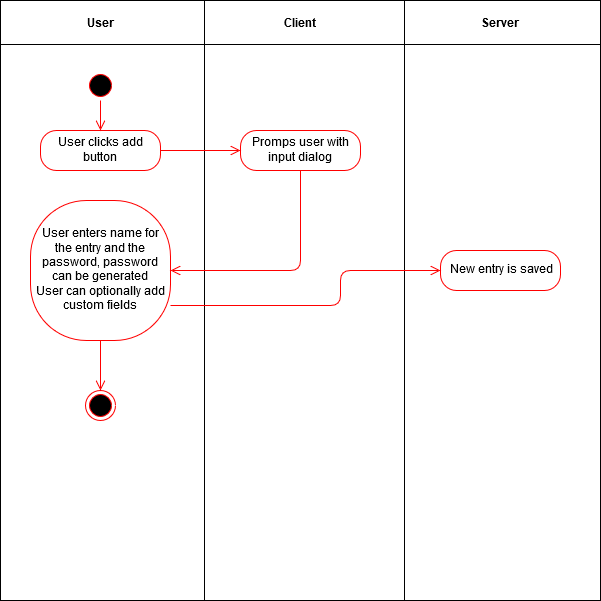
Before: doc/UC/images/UC/UC_AddPassword.png, a diagram exported from draw.io (keycloud/keycloud). Source tidied: cells renumbered, new cells last; positions are measured from the earlier drawing's top-left corner, leaving out a move shared by most shapes.
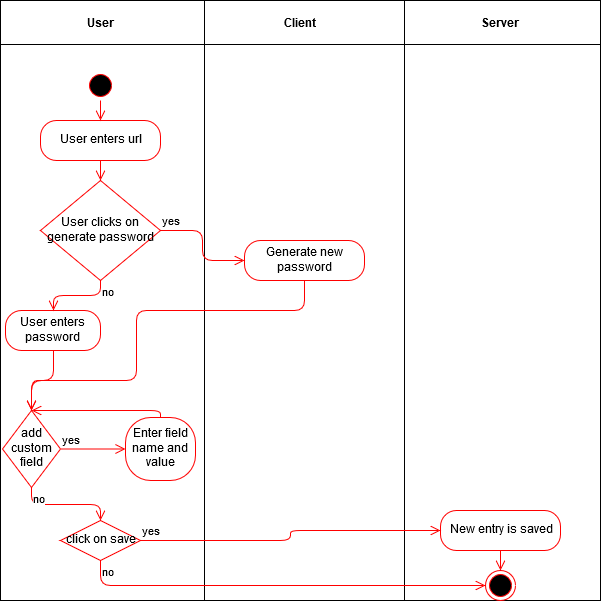
Later version of the same file.

The edit, as a diff of the source:
```diff
@@ -26,42 +26,83 @@
     <mxCell id="9" style="ellipse;html=1;shape=startState;fillColor=#000000;strokeColor=#ff0000;" parent="1" vertex="1">
       <mxGeometry x="85" y="70" width="30" height="30" as="geometry" />
     </mxCell>
-    <mxCell id="10" style="edgeStyle=orthogonalEdgeStyle;html=1;verticalAlign=bottom;endArrow=open;endSize=8;strokeColor=#ff0000;" parent="1" edge="1" source="9">
-      <mxGeometry relative="1" as="geometry">
-        <mxPoint x="100" y="130" as="targetPoint" />
-      </mxGeometry>
+    <mxCell id="10" style="edgeStyle=orthogonalEdgeStyle;html=1;verticalAlign=bottom;endArrow=open;endSize=8;strokeColor=#ff0000;" parent="1" edge="1" source="9" target="20">
+      <mxGeometry relative="1" as="geometry" />
     </mxCell>
-    <mxCell id="11" value="User clicks add button" style="rounded=1;whiteSpace=wrap;html=1;arcSize=40;fontColor=#000000;fillColor=none;strokeColor=#ff0000;" parent="1" vertex="1">
-      <mxGeometry x="40" y="130" width="120" height="40" as="geometry" />
-    </mxCell>
-    <mxCell id="12" style="edgeStyle=orthogonalEdgeStyle;html=1;verticalAlign=bottom;endArrow=open;endSize=8;strokeColor=#ff0000;entryX=0;entryY=0.5;entryDx=0;entryDy=0;" parent="1" edge="1" source="11" target="13">
-      <mxGeometry relative="1" as="geometry" />
-    </mxCell>
-    <mxCell id="13" value="Promps user with input dialog" style="rounded=1;whiteSpace=wrap;html=1;arcSize=40;fontColor=#000000;fillColor=none;strokeColor=#ff0000;" parent="1" vertex="1">
-      <mxGeometry x="240" y="130" width="120" height="40" as="geometry" />
-    </mxCell>
-    <mxCell id="14" style="edgeStyle=orthogonalEdgeStyle;html=1;verticalAlign=bottom;endArrow=open;endSize=8;strokeColor=#ff0000;entryX=1;entryY=0.5;entryDx=0;entryDy=0;exitX=0.5;exitY=1;exitDx=0;exitDy=0;" parent="1" edge="1" source="13" target="15">
-      <mxGeometry relative="1" as="geometry" />
-    </mxCell>
-    <mxCell id="15" value="&lt;div&gt;User enters name for the entry and the password, password can be generated&lt;br&gt;&lt;/div&gt;&lt;div&gt;User can optionally add custom fields&lt;br&gt;&lt;/div&gt;" style="rounded=1;whiteSpace=wrap;html=1;arcSize=40;fontColor=#000000;fillColor=none;strokeColor=#ff0000;" parent="1" vertex="1">
-      <mxGeometry x="30" y="200" width="140" height="140" as="geometry" />
-    </mxCell>
-    <mxCell id="16" style="edgeStyle=orthogonalEdgeStyle;html=1;verticalAlign=bottom;endArrow=open;endSize=8;strokeColor=#ff0000;" parent="1" edge="1" source="15" target="17">
-      <mxGeometry relative="1" as="geometry" />
-    </mxCell>
-    <mxCell id="17" style="ellipse;html=1;shape=endState;fillColor=#000000;strokeColor=#ff0000;" parent="1" vertex="1">
-      <mxGeometry x="85" y="390" width="30" height="30" as="geometry" />
-    </mxCell>
     <mxCell id="18" value="New entry is saved" style="rounded=1;whiteSpace=wrap;html=1;arcSize=40;fontColor=#000000;fillColor=none;strokeColor=#ff0000;" parent="1" vertex="1">
-      <mxGeometry x="440" y="250" width="120" height="40" as="geometry" />
+      <mxGeometry x="440" y="510" width="120" height="40" as="geometry" />
     </mxCell>
-    <mxCell id="19" style="edgeStyle=orthogonalEdgeStyle;html=1;verticalAlign=bottom;endArrow=open;endSize=8;strokeColor=#ff0000;exitX=1;exitY=0.75;exitDx=0;exitDy=0;entryX=0;entryY=0.5;entryDx=0;entryDy=0;" parent="1" edge="1" source="15" target="18">
-      <mxGeometry relative="1" as="geometry">
-        <Array as="points">
-          <mxPoint x="340" y="305" />
-          <mxPoint x="340" y="270" />
-        </Array>
-      </mxGeometry>
-    </mxCell>
+    <mxCell id="20" value="&lt;div&gt;User enters url&lt;/div&gt;" style="rounded=1;whiteSpace=wrap;html=1;arcSize=40;fontColor=#000000;fillColor=none;strokeColor=#ff0000;" parent="1" vertex="1">
+      <mxGeometry x="40" y="120" width="120" height="40" as="geometry" />
+    </mxCell>
+    <mxCell id="21" style="edgeStyle=orthogonalEdgeStyle;html=1;verticalAlign=bottom;endArrow=open;endSize=8;strokeColor=#ff0000;entryX=0.5;entryY=0;entryDx=0;entryDy=0;" parent="1" edge="1" source="20" target="36">
+      <mxGeometry relative="1" as="geometry" />
+    </mxCell>
+    <mxCell id="22" style="edgeStyle=orthogonalEdgeStyle;html=1;verticalAlign=bottom;endArrow=open;endSize=8;strokeColor=#ff0000;exitX=0.5;exitY=1;exitDx=0;exitDy=0;" parent="1" edge="1" source="23" target="26">
+      <mxGeometry relative="1" as="geometry" />
+    </mxCell>
+    <mxCell id="23" value="&lt;div&gt;User enters password&lt;/div&gt;" style="rounded=1;whiteSpace=wrap;html=1;arcSize=40;fontColor=#000000;fillColor=none;strokeColor=#ff0000;" parent="1" vertex="1">
+      <mxGeometry x="5" y="310" width="95" height="40" as="geometry" />
+    </mxCell>
+    <mxCell id="24" value="Generate new password" style="rounded=1;whiteSpace=wrap;html=1;arcSize=40;fontColor=#000000;fillColor=none;strokeColor=#ff0000;" parent="1" vertex="1">
+      <mxGeometry x="244" y="240" width="120" height="40" as="geometry" />
+    </mxCell>
+    <mxCell id="25" style="edgeStyle=orthogonalEdgeStyle;html=1;verticalAlign=bottom;endArrow=open;endSize=8;strokeColor=#ff0000;entryX=0.5;entryY=0;entryDx=0;entryDy=0;" parent="1" edge="1" source="24" target="26">
+      <mxGeometry relative="1" as="geometry">
+        <Array as="points">
+          <mxPoint x="304" y="310" />
+          <mxPoint x="136" y="310" />
+          <mxPoint x="136" y="380" />
+          <mxPoint x="31" y="380" />
+        </Array>
+      </mxGeometry>
+    </mxCell>
+    <mxCell id="26" value="add custom field" style="rhombus;whiteSpace=wrap;html=1;fillColor=none;strokeColor=#ff0000;" parent="1" vertex="1">
+      <mxGeometry x="2" y="410" width="58" height="77" as="geometry" />
+    </mxCell>
+    <mxCell id="27" value="yes" style="edgeStyle=orthogonalEdgeStyle;html=1;align=left;verticalAlign=bottom;endArrow=open;endSize=8;strokeColor=#ff0000;" parent="1" edge="1" source="26" target="29">
+      <mxGeometry x="-1" relative="1" as="geometry" />
+    </mxCell>
+    <mxCell id="28" value="no" style="edgeStyle=orthogonalEdgeStyle;html=1;align=left;verticalAlign=top;endArrow=open;endSize=8;strokeColor=#ff0000;exitX=0.5;exitY=1;exitDx=0;exitDy=0;entryX=0.5;entryY=0;entryDx=0;entryDy=0;" parent="1" edge="1" source="26" target="31">
+      <mxGeometry x="-1" relative="1" as="geometry" />
+    </mxCell>
+    <mxCell id="29" value="Enter field name and value" style="rounded=1;whiteSpace=wrap;html=1;arcSize=40;fontColor=#000000;fillColor=none;strokeColor=#ff0000;" parent="1" vertex="1">
+      <mxGeometry x="125" y="417" width="70" height="63" as="geometry" />
+    </mxCell>
+    <mxCell id="30" style="edgeStyle=orthogonalEdgeStyle;html=1;verticalAlign=bottom;endArrow=open;endSize=8;strokeColor=#ff0000;exitX=0.5;exitY=0;exitDx=0;exitDy=0;entryX=0.5;entryY=0;entryDx=0;entryDy=0;" parent="1" edge="1" source="29" target="26">
+      <mxGeometry relative="1" as="geometry">
+        <Array as="points">
+          <mxPoint x="160" y="410" />
+        </Array>
+      </mxGeometry>
+    </mxCell>
+    <mxCell id="31" value="click on save" style="rhombus;whiteSpace=wrap;html=1;fillColor=none;strokeColor=#ff0000;" parent="1" vertex="1">
+      <mxGeometry x="60" y="520" width="80" height="40" as="geometry" />
+    </mxCell>
+    <mxCell id="32" value="yes" style="edgeStyle=orthogonalEdgeStyle;html=1;align=left;verticalAlign=bottom;endArrow=open;endSize=8;strokeColor=#ff0000;entryX=0;entryY=0.5;entryDx=0;entryDy=0;" parent="1" edge="1" source="31" target="18">
+      <mxGeometry x="-1" relative="1" as="geometry" />
+    </mxCell>
+    <mxCell id="33" value="&lt;div&gt;no&lt;/div&gt;" style="edgeStyle=orthogonalEdgeStyle;html=1;align=left;verticalAlign=top;endArrow=open;endSize=8;strokeColor=#ff0000;entryX=0;entryY=0.5;entryDx=0;entryDy=0;exitX=0.5;exitY=1;exitDx=0;exitDy=0;" parent="1" edge="1" source="31" target="34">
+      <mxGeometry x="-1" relative="1" as="geometry">
+        <Array as="points">
+          <mxPoint x="100" y="585" />
+        </Array>
+      </mxGeometry>
+    </mxCell>
+    <mxCell id="34" style="ellipse;html=1;shape=endState;fillColor=#000000;strokeColor=#ff0000;" parent="1" vertex="1">
+      <mxGeometry x="485" y="570" width="30" height="30" as="geometry" />
+    </mxCell>
+    <mxCell id="35" style="edgeStyle=orthogonalEdgeStyle;html=1;verticalAlign=bottom;endArrow=open;endSize=8;strokeColor=#ff0000;exitX=0.5;exitY=1;exitDx=0;exitDy=0;entryX=0.5;entryY=0;entryDx=0;entryDy=0;" parent="1" edge="1" source="18" target="34">
+      <mxGeometry relative="1" as="geometry" />
+    </mxCell>
+    <mxCell id="36" value="User clicks on generate password" style="rhombus;whiteSpace=wrap;html=1;fillColor=none;strokeColor=#ff0000;" parent="1" vertex="1">
+      <mxGeometry x="40" y="180" width="120" height="100" as="geometry" />
+    </mxCell>
+    <mxCell id="37" value="yes" style="edgeStyle=orthogonalEdgeStyle;html=1;align=left;verticalAlign=bottom;endArrow=open;endSize=8;strokeColor=#ff0000;entryX=0;entryY=0.5;entryDx=0;entryDy=0;" parent="1" edge="1" source="36" target="24">
+      <mxGeometry x="-1" relative="1" as="geometry" />
+    </mxCell>
+    <mxCell id="38" value="no" style="edgeStyle=orthogonalEdgeStyle;html=1;align=left;verticalAlign=top;endArrow=open;endSize=8;strokeColor=#ff0000;entryX=0.5;entryY=0;entryDx=0;entryDy=0;" parent="1" edge="1" source="36" target="23">
+      <mxGeometry x="-1" relative="1" as="geometry" />
+    </mxCell>
   </root>
 </mxGraphModel>
```
